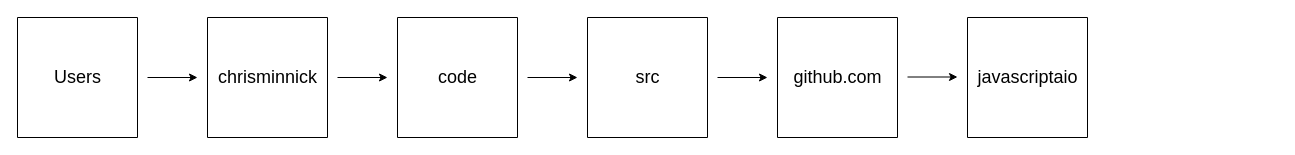
This is Book1/Chapter01/fg010113.drawio from chrisminnick/javascriptaio-old, a draw.io file, before an edit. Source tidied: cells renumbered, new cells numbered last; positions are measured from the earlier drawing's top-left corner, leaving out a move shared by most shapes. Both pictures are drawn from the tidied source at 100%, with x=0, y=0 at pixel (17, 17).
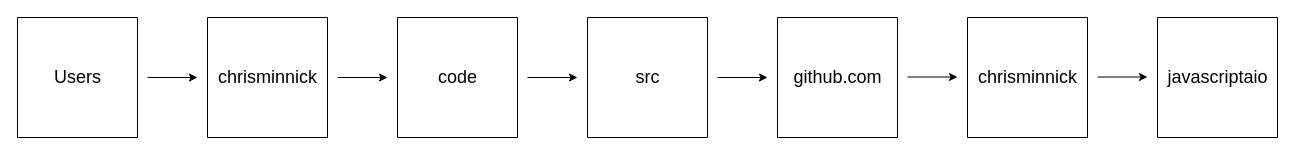
The same page after the edit.

The change refers to these unchanged cells:
```xml
<mxCell id="17" style="swimlane;startSize=0;" parent="1" vertex="1">
  <mxGeometry x="950" width="120" height="120" as="geometry" />
</mxCell>
```

Change to the diagram source:
```diff
@@
-    <mxCell id="18" value="&lt;font style=&quot;font-size: 18px;&quot;&gt;javascriptaio&lt;/font&gt;" style="text;html=1;align=center;verticalAlign=middle;strokeColor=none;fillColor=none;" parent="17" vertex="1">
+    <mxCell id="18" value="&lt;font style=&quot;font-size: 18px;&quot;&gt;chrisminnick&lt;/font&gt;" style="text;html=1;align=center;verticalAlign=middle;strokeColor=none;fillColor=none;" parent="17" vertex="1">
       <mxGeometry y="40" width="120" height="40" as="geometry" />
     </mxCell>
+    <mxCell id="19" style="endArrow=classic;html=1;rounded=0;fontSize=18;" parent="1" edge="1">
+      <mxGeometry relative="1" as="geometry">
+        <mxPoint x="1080" y="59.5" as="sourcePoint" />
+        <mxPoint x="1130" y="59.5" as="targetPoint" />
+      </mxGeometry>
+    </mxCell>
+    <mxCell id="20" style="swimlane;startSize=0;" parent="1" vertex="1">
+      <mxGeometry x="1140" width="120" height="120" as="geometry" />
+    </mxCell>
+    <mxCell id="21" value="&lt;font style=&quot;font-size: 18px;&quot;&gt;javascriptaio&lt;/font&gt;" style="text;html=1;align=center;verticalAlign=middle;strokeColor=none;fillColor=none;" parent="20" vertex="1">
+      <mxGeometry y="40" width="120" height="40" as="geometry" />
+    </mxCell>
```
